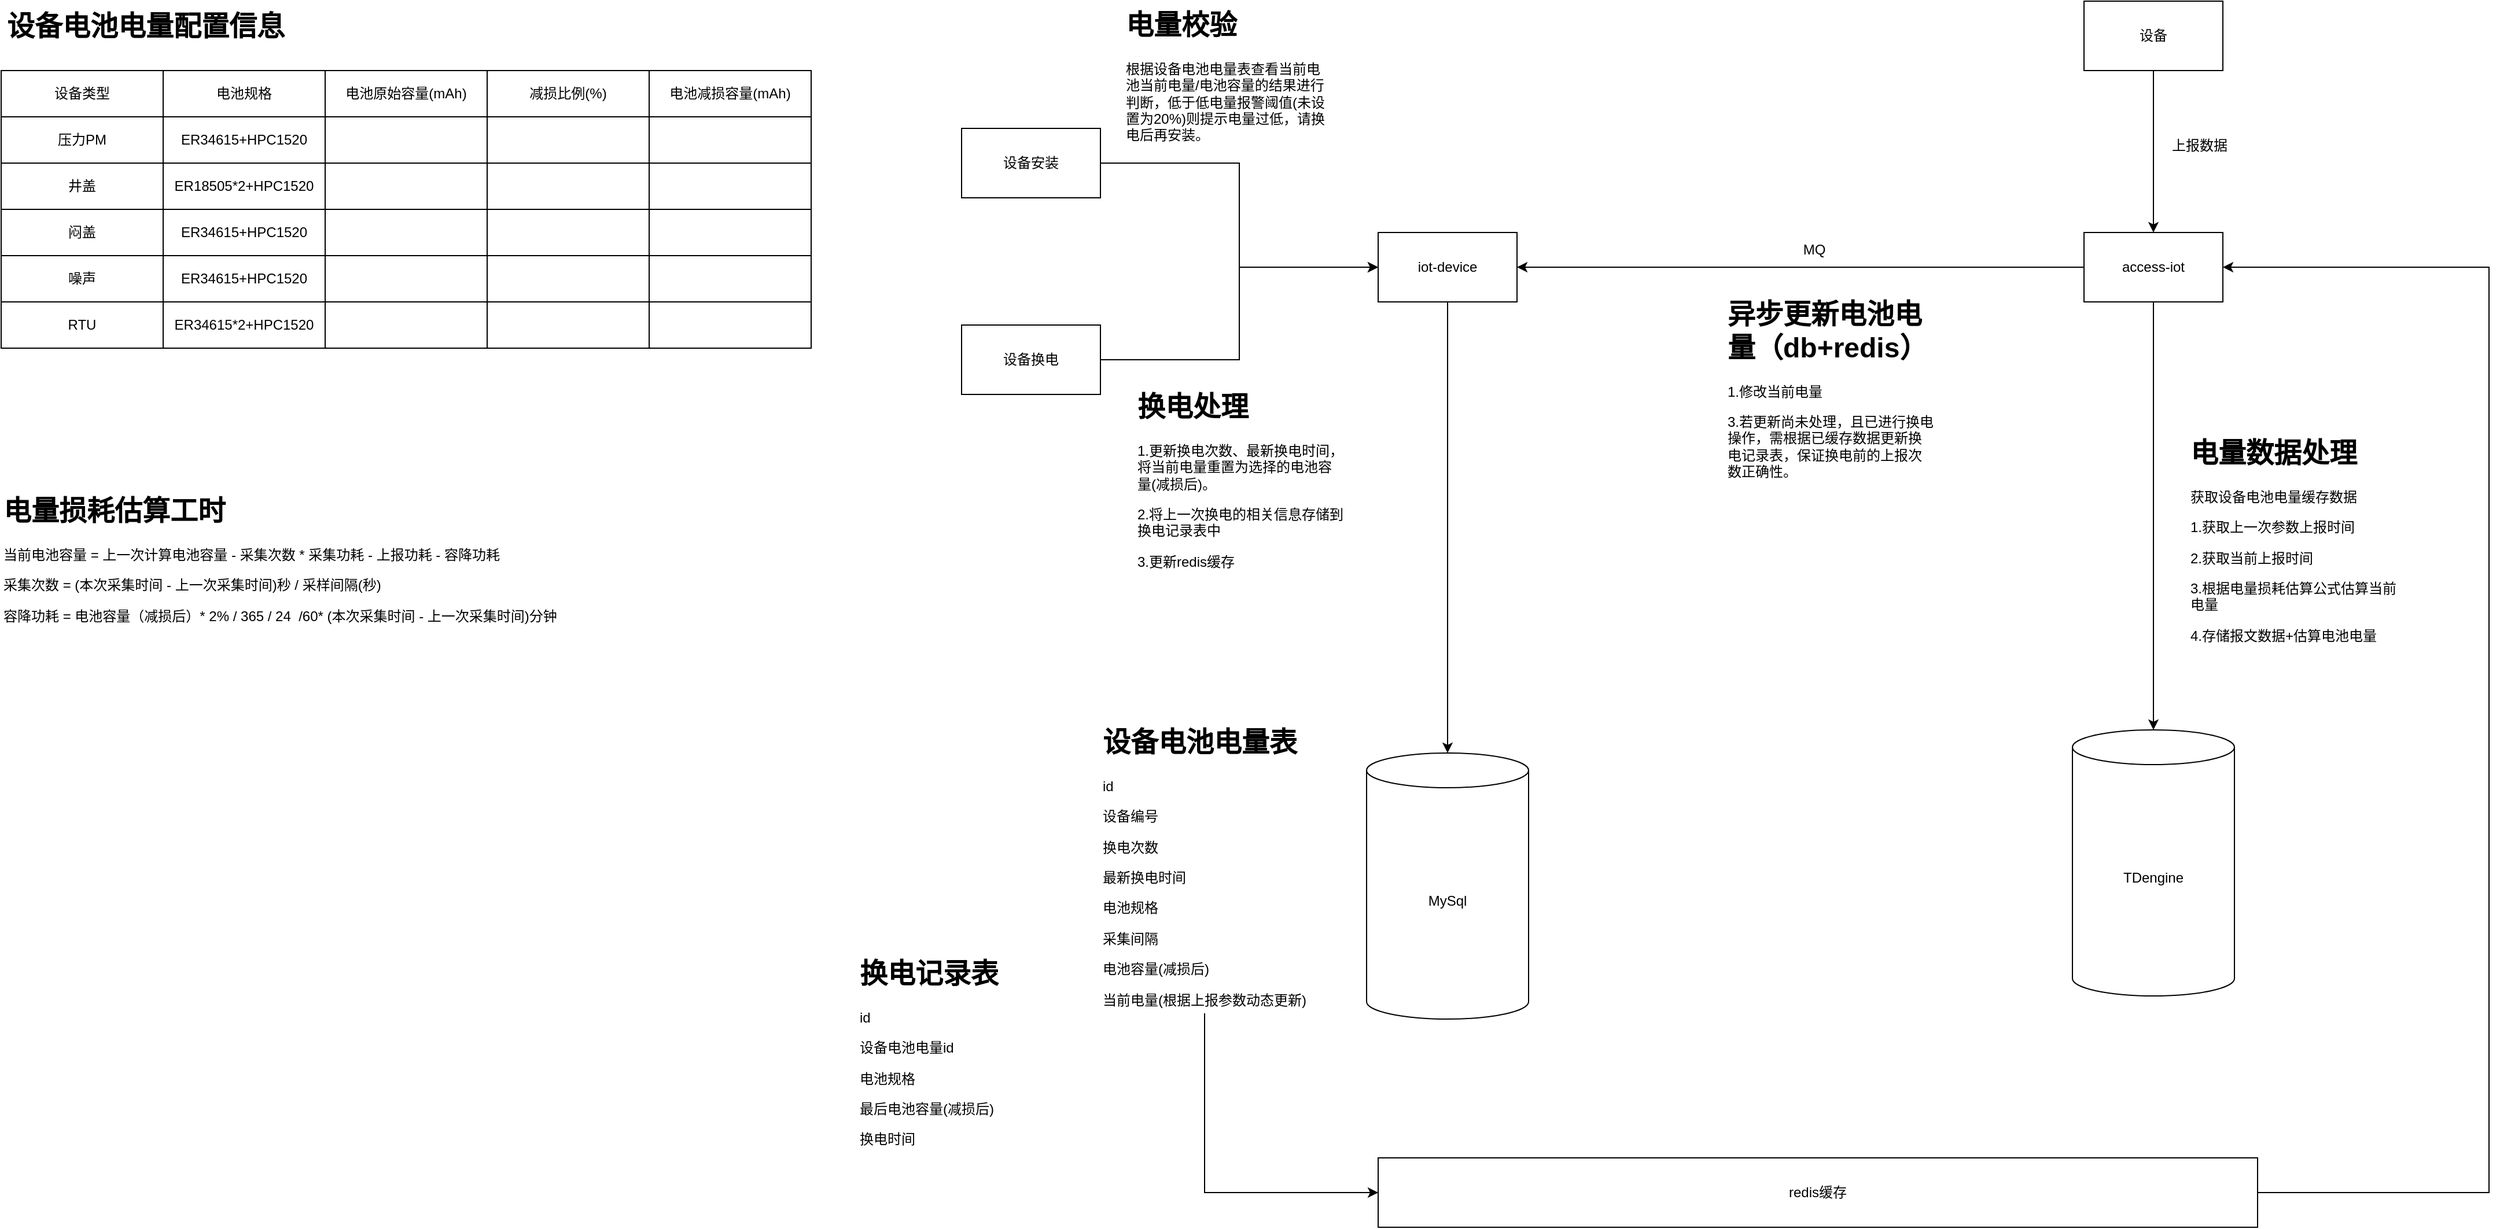
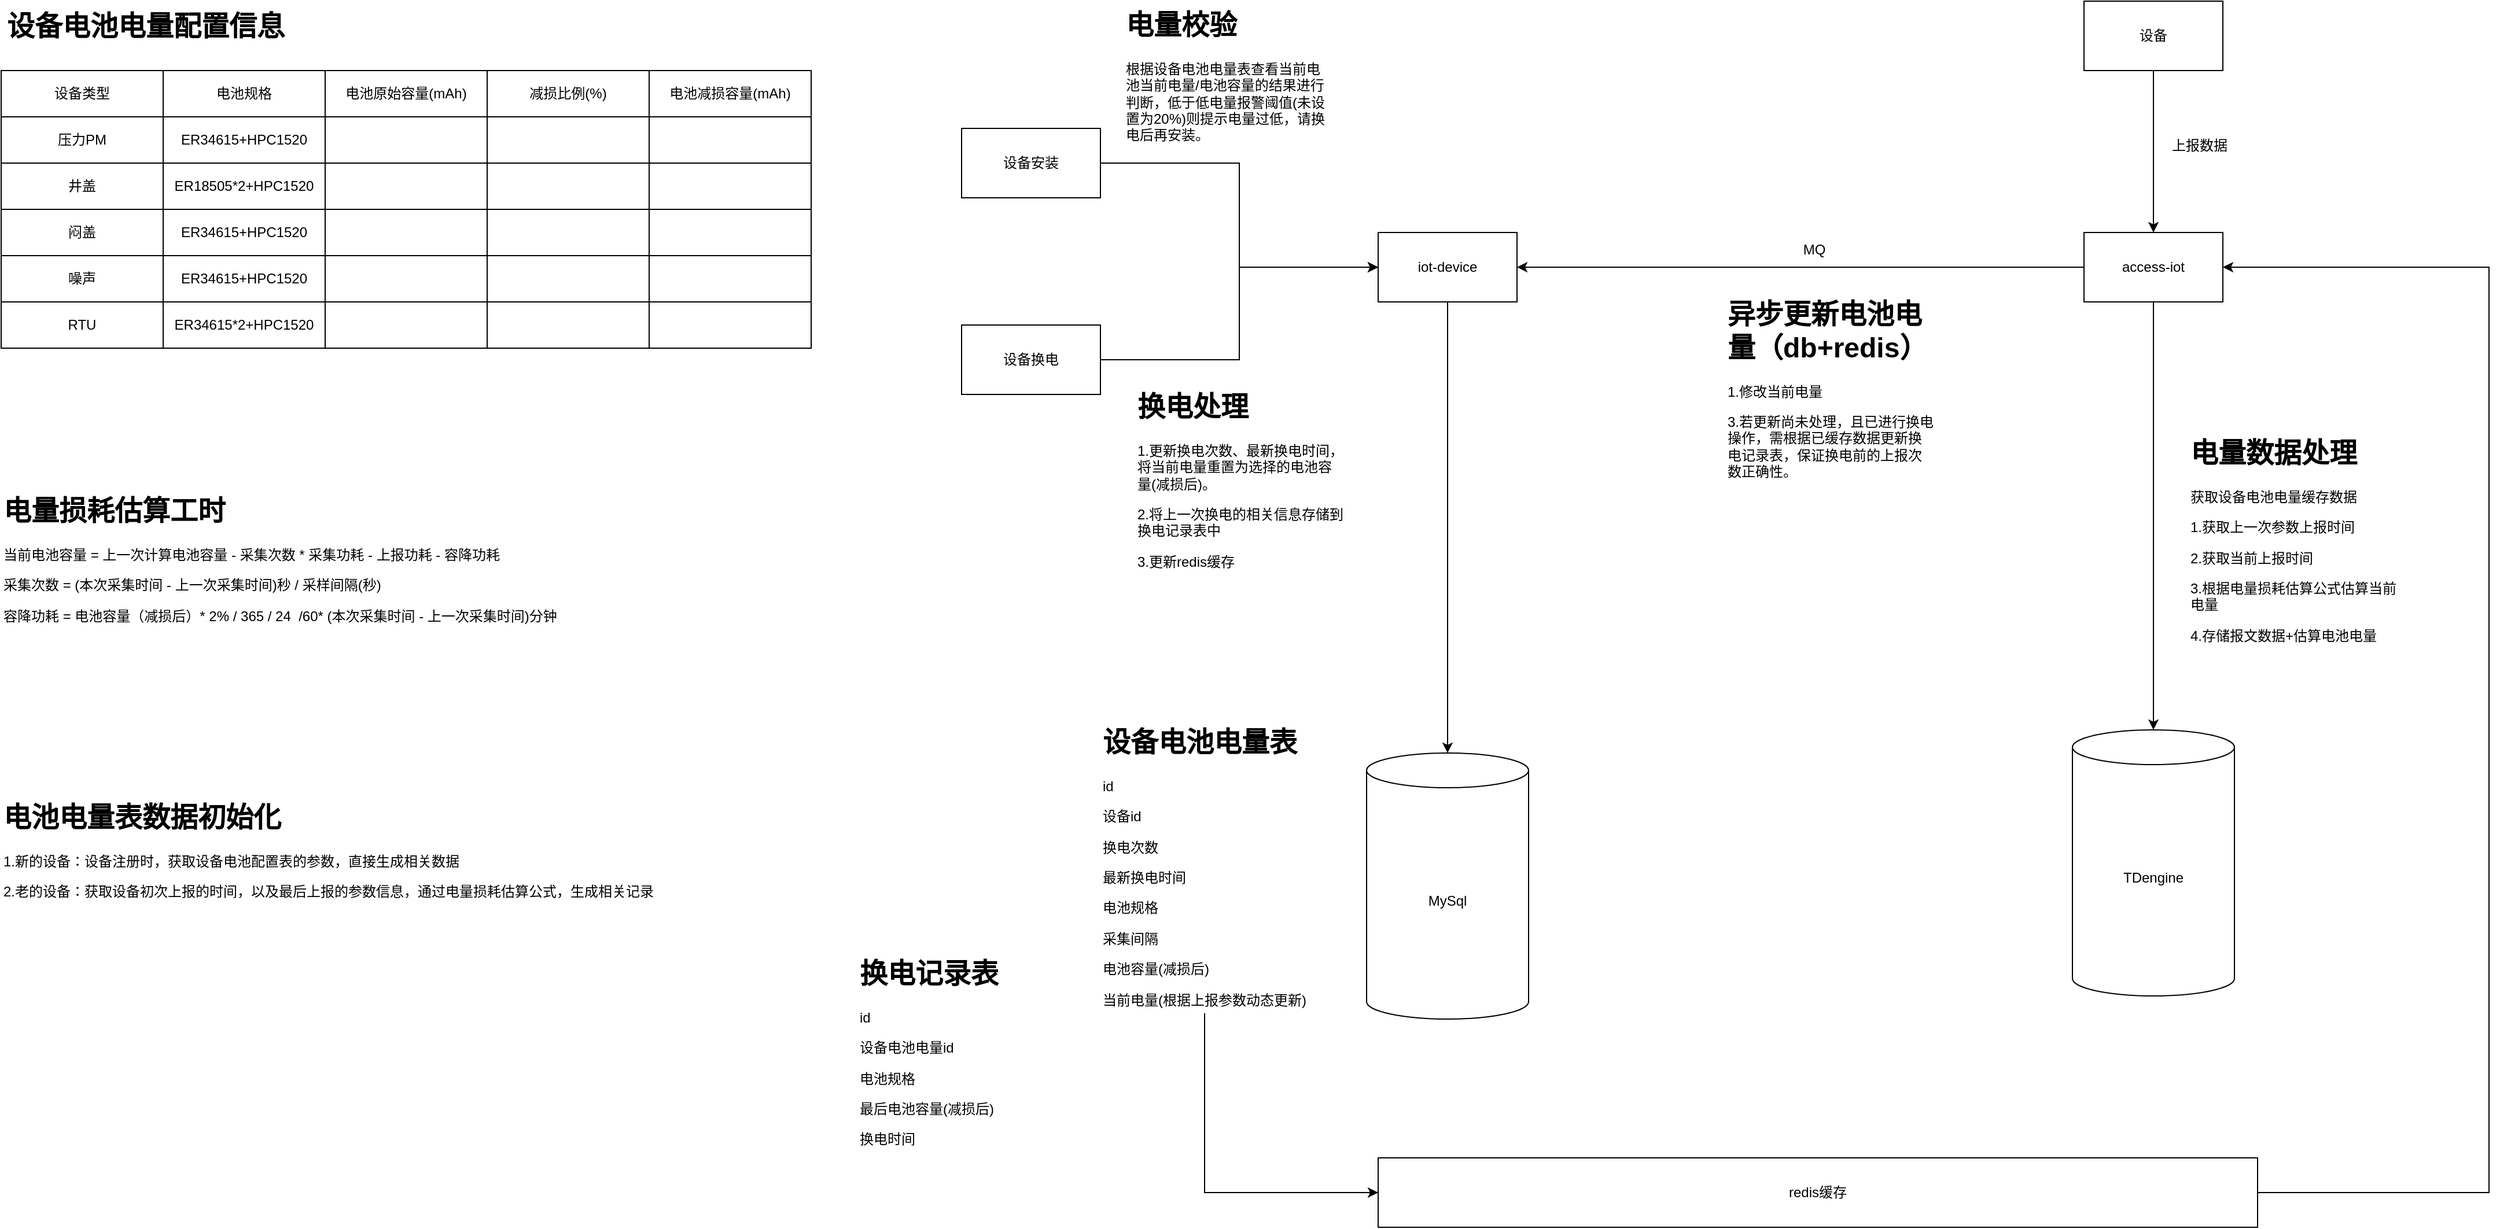
<mxfile host="app.diagrams.net">
  <diagram name="第 1 页" id="CJTt0Y1e_nSTC3EHAazc">
    <mxGraphModel dx="2046" dy="1106" grid="1" gridSize="10" guides="1" tooltips="1" connect="1" arrows="1" fold="1" page="1" pageScale="1" pageWidth="827" pageHeight="1169" math="0" shadow="0">
      <root>
        <mxCell id="0" />
        <mxCell id="1" parent="0" />
        <mxCell id="PJUP-OBpyC3OTBr9TddZ-1" edge="1" parent="1" source="PJUP-OBpyC3OTBr9TddZ-2" style="edgeStyle=orthogonalEdgeStyle;rounded=0;orthogonalLoop=1;jettySize=auto;html=1;exitX=0.5;exitY=1;exitDx=0;exitDy=0;" target="PJUP-OBpyC3OTBr9TddZ-6">
          <mxGeometry relative="1" as="geometry" />
        </mxCell>
        <mxCell id="PJUP-OBpyC3OTBr9TddZ-2" parent="1" style="rounded=0;whiteSpace=wrap;html=1;" value="iot-device" vertex="1">
          <mxGeometry height="60" width="120" x="1560" y="530" as="geometry" />
        </mxCell>
        <mxCell id="PJUP-OBpyC3OTBr9TddZ-3" edge="1" parent="1" source="PJUP-OBpyC3OTBr9TddZ-5" style="edgeStyle=orthogonalEdgeStyle;rounded=0;orthogonalLoop=1;jettySize=auto;html=1;exitX=0;exitY=0.5;exitDx=0;exitDy=0;entryX=1;entryY=0.5;entryDx=0;entryDy=0;" target="PJUP-OBpyC3OTBr9TddZ-2">
          <mxGeometry relative="1" as="geometry" />
        </mxCell>
        <mxCell id="PJUP-OBpyC3OTBr9TddZ-4" edge="1" parent="1" source="PJUP-OBpyC3OTBr9TddZ-5" style="edgeStyle=orthogonalEdgeStyle;rounded=0;orthogonalLoop=1;jettySize=auto;html=1;exitX=0.5;exitY=1;exitDx=0;exitDy=0;" target="PJUP-OBpyC3OTBr9TddZ-7">
          <mxGeometry relative="1" as="geometry" />
        </mxCell>
        <mxCell id="PJUP-OBpyC3OTBr9TddZ-5" parent="1" style="rounded=0;whiteSpace=wrap;html=1;" value="access-iot" vertex="1">
          <mxGeometry height="60" width="120" x="2170" y="530" as="geometry" />
        </mxCell>
        <mxCell id="PJUP-OBpyC3OTBr9TddZ-6" parent="1" style="shape=cylinder3;whiteSpace=wrap;html=1;boundedLbl=1;backgroundOutline=1;size=15;" value="MySql" vertex="1">
          <mxGeometry height="230" width="140" x="1550" y="980" as="geometry" />
        </mxCell>
        <mxCell id="PJUP-OBpyC3OTBr9TddZ-7" parent="1" style="shape=cylinder3;whiteSpace=wrap;html=1;boundedLbl=1;backgroundOutline=1;size=15;" value="TDengine" vertex="1">
          <mxGeometry height="230" width="140" x="2160" y="960" as="geometry" />
        </mxCell>
        <mxCell id="PJUP-OBpyC3OTBr9TddZ-8" parent="1" style="text;html=1;whiteSpace=wrap;strokeColor=none;fillColor=none;align=center;verticalAlign=middle;rounded=0;" value="MQ" vertex="1">
          <mxGeometry height="30" width="60" x="1907" y="530" as="geometry" />
        </mxCell>
        <mxCell id="PJUP-OBpyC3OTBr9TddZ-9" edge="1" parent="1" source="PJUP-OBpyC3OTBr9TddZ-10" style="edgeStyle=orthogonalEdgeStyle;rounded=0;orthogonalLoop=1;jettySize=auto;html=1;exitX=0.5;exitY=1;exitDx=0;exitDy=0;entryX=0;entryY=0.5;entryDx=0;entryDy=0;" target="PJUP-OBpyC3OTBr9TddZ-12">
          <mxGeometry relative="1" as="geometry" />
        </mxCell>
-         <mxCell id="PJUP-OBpyC3OTBr9TddZ-10" parent="1" style="text;html=1;whiteSpace=wrap;overflow=hidden;rounded=0;" value="&lt;h1 style=&quot;margin-top: 0px;&quot;&gt;设备电池电量表&lt;/h1&gt;&lt;p&gt;id&lt;/p&gt;&lt;p&gt;设备编号&lt;/p&gt;&lt;p&gt;换电次数&lt;/p&gt;&lt;p&gt;最新换电时间&lt;/p&gt;&lt;p&gt;电池规格&lt;/p&gt;&lt;p&gt;采集间隔&lt;/p&gt;&lt;p&gt;电池容量(减损后)&lt;/p&gt;&lt;p&gt;当前电量(&lt;span style=&quot;background-color: transparent; color: light-dark(rgb(0, 0, 0), rgb(255, 255, 255));&quot;&gt;根据上报参数动态更新&lt;/span&gt;&lt;span style=&quot;background-color: transparent; color: light-dark(rgb(0, 0, 0), rgb(255, 255, 255));&quot;&gt;)&lt;/span&gt;&lt;/p&gt;" vertex="1">
+         <mxCell id="PJUP-OBpyC3OTBr9TddZ-10" parent="1" style="text;html=1;whiteSpace=wrap;overflow=hidden;rounded=0;" value="&lt;h1 style=&quot;margin-top: 0px;&quot;&gt;设备电池电量表&lt;/h1&gt;&lt;p&gt;id&lt;/p&gt;&lt;p&gt;设备id&lt;/p&gt;&lt;p&gt;换电次数&lt;/p&gt;&lt;p&gt;最新换电时间&lt;/p&gt;&lt;p&gt;电池规格&lt;/p&gt;&lt;p&gt;采集间隔&lt;/p&gt;&lt;p&gt;电池容量(减损后)&lt;/p&gt;&lt;p&gt;当前电量(&lt;span style=&quot;background-color: transparent; color: light-dark(rgb(0, 0, 0), rgb(255, 255, 255));&quot;&gt;根据上报参数动态更新&lt;/span&gt;&lt;span style=&quot;background-color: transparent; color: light-dark(rgb(0, 0, 0), rgb(255, 255, 255));&quot;&gt;)&lt;/span&gt;&lt;/p&gt;" vertex="1">
          <mxGeometry height="255" width="180" x="1320" y="950" as="geometry" />
        </mxCell>
        <mxCell id="PJUP-OBpyC3OTBr9TddZ-11" edge="1" parent="1" source="PJUP-OBpyC3OTBr9TddZ-12" style="edgeStyle=orthogonalEdgeStyle;rounded=0;orthogonalLoop=1;jettySize=auto;html=1;exitX=1;exitY=0.5;exitDx=0;exitDy=0;entryX=1;entryY=0.5;entryDx=0;entryDy=0;" target="PJUP-OBpyC3OTBr9TddZ-5">
          <mxGeometry relative="1" as="geometry">
            <Array as="points">
              <mxPoint x="2520" y="1360" />
              <mxPoint x="2520" y="560" />
            </Array>
          </mxGeometry>
        </mxCell>
        <mxCell id="PJUP-OBpyC3OTBr9TddZ-12" parent="1" style="rounded=0;whiteSpace=wrap;html=1;" value="redis缓存" vertex="1">
          <mxGeometry height="60" width="760" x="1560" y="1330" as="geometry" />
        </mxCell>
        <mxCell id="PJUP-OBpyC3OTBr9TddZ-13" edge="1" parent="1" source="PJUP-OBpyC3OTBr9TddZ-14" style="edgeStyle=orthogonalEdgeStyle;rounded=0;orthogonalLoop=1;jettySize=auto;html=1;exitX=0.5;exitY=1;exitDx=0;exitDy=0;entryX=0.5;entryY=0;entryDx=0;entryDy=0;" target="PJUP-OBpyC3OTBr9TddZ-5">
          <mxGeometry relative="1" as="geometry" />
        </mxCell>
        <mxCell id="PJUP-OBpyC3OTBr9TddZ-14" parent="1" style="rounded=0;whiteSpace=wrap;html=1;" value="设备" vertex="1">
          <mxGeometry height="60" width="120" x="2170" y="330" as="geometry" />
        </mxCell>
        <mxCell id="PJUP-OBpyC3OTBr9TddZ-15" parent="1" style="text;html=1;whiteSpace=wrap;strokeColor=none;fillColor=none;align=center;verticalAlign=middle;rounded=0;" value="上报数据" vertex="1">
          <mxGeometry height="30" width="60" x="2240" y="440" as="geometry" />
        </mxCell>
        <mxCell id="PJUP-OBpyC3OTBr9TddZ-16" parent="1" style="text;html=1;whiteSpace=wrap;overflow=hidden;rounded=0;" value="&lt;h1 style=&quot;margin-top: 0px;&quot;&gt;电量数据处理&lt;/h1&gt;&lt;p&gt;获取设备电池电量缓存数据&lt;/p&gt;&lt;p&gt;1.获取上一次参数上报时间&lt;/p&gt;&lt;p&gt;2.获取当前上报时间&lt;/p&gt;&lt;p&gt;3.根据电量损耗估算公式估算当前电量&lt;/p&gt;&lt;p&gt;4.存储报文数据+估算电池电量&lt;/p&gt;&lt;p&gt;&lt;br&gt;&lt;/p&gt;&lt;p&gt;&lt;br&gt;&lt;/p&gt;" vertex="1">
          <mxGeometry height="250" width="180" x="2260" y="700" as="geometry" />
        </mxCell>
        <mxCell id="PJUP-OBpyC3OTBr9TddZ-17" edge="1" parent="1" source="PJUP-OBpyC3OTBr9TddZ-18" style="edgeStyle=orthogonalEdgeStyle;rounded=0;orthogonalLoop=1;jettySize=auto;html=1;exitX=1;exitY=0.5;exitDx=0;exitDy=0;entryX=0;entryY=0.5;entryDx=0;entryDy=0;" target="PJUP-OBpyC3OTBr9TddZ-2">
          <mxGeometry relative="1" as="geometry" />
        </mxCell>
        <mxCell id="PJUP-OBpyC3OTBr9TddZ-18" parent="1" style="rounded=0;whiteSpace=wrap;html=1;" value="设备安装" vertex="1">
          <mxGeometry height="60" width="120" x="1200" y="440" as="geometry" />
        </mxCell>
        <mxCell id="PJUP-OBpyC3OTBr9TddZ-19" edge="1" parent="1" source="PJUP-OBpyC3OTBr9TddZ-20" style="edgeStyle=orthogonalEdgeStyle;rounded=0;orthogonalLoop=1;jettySize=auto;html=1;exitX=1;exitY=0.5;exitDx=0;exitDy=0;entryX=0;entryY=0.5;entryDx=0;entryDy=0;" target="PJUP-OBpyC3OTBr9TddZ-2">
          <mxGeometry relative="1" as="geometry" />
        </mxCell>
        <mxCell id="PJUP-OBpyC3OTBr9TddZ-20" parent="1" style="rounded=0;whiteSpace=wrap;html=1;" value="设备换电" vertex="1">
          <mxGeometry height="60" width="120" x="1200" y="610" as="geometry" />
        </mxCell>
        <mxCell id="PJUP-OBpyC3OTBr9TddZ-21" parent="1" style="text;html=1;whiteSpace=wrap;overflow=hidden;rounded=0;" value="&lt;h1 style=&quot;margin-top: 0px;&quot;&gt;电量校验&lt;/h1&gt;&lt;p&gt;根据设备电池电量表查看当前电池当前电量/电池容量的结果进行判断，低于低电量报警阈值&lt;span style=&quot;background-color: transparent; color: light-dark(rgb(0, 0, 0), rgb(255, 255, 255));&quot;&gt;(未设置为20%)&lt;/span&gt;&lt;span style=&quot;background-color: transparent; color: light-dark(rgb(0, 0, 0), rgb(255, 255, 255));&quot;&gt;则提示电量过低，请换电后再安装。&lt;/span&gt;&lt;/p&gt;" vertex="1">
          <mxGeometry height="150" width="180" x="1340" y="330" as="geometry" />
        </mxCell>
        <mxCell id="PJUP-OBpyC3OTBr9TddZ-22" parent="1" style="text;html=1;whiteSpace=wrap;overflow=hidden;rounded=0;" value="&lt;h1 style=&quot;margin-top: 0px;&quot;&gt;换电处理&lt;/h1&gt;&lt;p&gt;1.更新换电次数、最新换电时间，将当前电量重置为选择的电池容量(减损后)。&lt;/p&gt;&lt;p&gt;2.将上一次换电的相关信息存储到换电记录表中&lt;/p&gt;&lt;p&gt;3.更新redis缓存&lt;/p&gt;" vertex="1">
          <mxGeometry height="180" width="180" x="1350" y="660" as="geometry" />
        </mxCell>
        <mxCell id="PJUP-OBpyC3OTBr9TddZ-23" parent="1" style="text;html=1;whiteSpace=wrap;overflow=hidden;rounded=0;" value="&lt;h1 style=&quot;margin-top: 0px;&quot;&gt;换电记录表&lt;/h1&gt;&lt;p&gt;id&lt;/p&gt;&lt;p&gt;设备电池电量id&lt;/p&gt;&lt;p&gt;电池规格&lt;/p&gt;&lt;p&gt;最后电池容量(减损后)&lt;/p&gt;&lt;p&gt;换电时间&lt;/p&gt;" vertex="1">
          <mxGeometry height="210" width="180" x="1110" y="1150" as="geometry" />
        </mxCell>
        <mxCell id="PJUP-OBpyC3OTBr9TddZ-24" parent="1" style="text;html=1;whiteSpace=wrap;overflow=hidden;rounded=0;" value="&lt;h1 style=&quot;margin-top: 0px;&quot;&gt;异步更新电池电量（db+redis）&lt;/h1&gt;&lt;p&gt;1.修改当前电量&lt;/p&gt;&lt;p&gt;3.若更新尚未处理，且已进行换电操作，需根据已缓存数据更新换电记录表，保证换电前的上报次数正确性。&lt;/p&gt;&lt;p&gt;&lt;br&gt;&lt;/p&gt;" vertex="1">
          <mxGeometry height="310" width="180" x="1860" y="580" as="geometry" />
        </mxCell>
        <mxCell id="PJUP-OBpyC3OTBr9TddZ-25" parent="1" style="shape=table;startSize=0;container=1;collapsible=0;childLayout=tableLayout;fixedHeader=1;" value="" vertex="1">
          <mxGeometry height="240" width="700" x="370" y="390" as="geometry" />
        </mxCell>
        <mxCell id="PJUP-OBpyC3OTBr9TddZ-26" parent="PJUP-OBpyC3OTBr9TddZ-25" style="shape=tableRow;horizontal=0;startSize=0;swimlaneHead=0;swimlaneBody=0;strokeColor=inherit;top=0;left=0;bottom=0;right=0;collapsible=0;dropTarget=0;fillColor=none;points=[[0,0.5],[1,0.5]];portConstraint=eastwest;fixedHeader=1;" value="" vertex="1">
          <mxGeometry height="40" width="700" as="geometry" />
        </mxCell>
        <mxCell id="PJUP-OBpyC3OTBr9TddZ-27" parent="PJUP-OBpyC3OTBr9TddZ-26" style="shape=partialRectangle;html=1;whiteSpace=wrap;connectable=0;strokeColor=inherit;overflow=hidden;fillColor=none;top=0;left=0;bottom=0;right=0;pointerEvents=1;" value="设备类型" vertex="1">
          <mxGeometry height="40" width="140" as="geometry">
            <mxRectangle height="40" width="140" as="alternateBounds" />
          </mxGeometry>
        </mxCell>
        <mxCell id="PJUP-OBpyC3OTBr9TddZ-28" parent="PJUP-OBpyC3OTBr9TddZ-26" style="shape=partialRectangle;html=1;whiteSpace=wrap;connectable=0;strokeColor=inherit;overflow=hidden;fillColor=none;top=0;left=0;bottom=0;right=0;pointerEvents=1;" value="电池规格" vertex="1">
          <mxGeometry height="40" width="140" x="140" as="geometry">
            <mxRectangle height="40" width="140" as="alternateBounds" />
          </mxGeometry>
        </mxCell>
        <mxCell id="PJUP-OBpyC3OTBr9TddZ-29" parent="PJUP-OBpyC3OTBr9TddZ-26" style="shape=partialRectangle;html=1;whiteSpace=wrap;connectable=0;strokeColor=inherit;overflow=hidden;fillColor=none;top=0;left=0;bottom=0;right=0;pointerEvents=1;" value="电池原始容量(mAh)" vertex="1">
          <mxGeometry height="40" width="140" x="280" as="geometry">
            <mxRectangle height="40" width="140" as="alternateBounds" />
          </mxGeometry>
        </mxCell>
        <mxCell id="PJUP-OBpyC3OTBr9TddZ-50" parent="PJUP-OBpyC3OTBr9TddZ-26" style="shape=partialRectangle;html=1;whiteSpace=wrap;connectable=0;strokeColor=inherit;overflow=hidden;fillColor=none;top=0;left=0;bottom=0;right=0;pointerEvents=1;" value="减损比例(%)" vertex="1">
          <mxGeometry height="40" width="140" x="420" as="geometry">
            <mxRectangle height="40" width="140" as="alternateBounds" />
          </mxGeometry>
        </mxCell>
        <mxCell id="PJUP-OBpyC3OTBr9TddZ-56" parent="PJUP-OBpyC3OTBr9TddZ-26" style="shape=partialRectangle;html=1;whiteSpace=wrap;connectable=0;strokeColor=inherit;overflow=hidden;fillColor=none;top=0;left=0;bottom=0;right=0;pointerEvents=1;" value="电池减损容量(mAh)" vertex="1">
          <mxGeometry height="40" width="140" x="560" as="geometry">
            <mxRectangle height="40" width="140" as="alternateBounds" />
          </mxGeometry>
        </mxCell>
        <mxCell id="PJUP-OBpyC3OTBr9TddZ-30" parent="PJUP-OBpyC3OTBr9TddZ-25" style="shape=tableRow;horizontal=0;startSize=0;swimlaneHead=0;swimlaneBody=0;strokeColor=inherit;top=0;left=0;bottom=0;right=0;collapsible=0;dropTarget=0;fillColor=none;points=[[0,0.5],[1,0.5]];portConstraint=eastwest;fixedHeader=1;" value="" vertex="1">
          <mxGeometry height="40" width="700" y="40" as="geometry" />
        </mxCell>
        <mxCell id="PJUP-OBpyC3OTBr9TddZ-31" parent="PJUP-OBpyC3OTBr9TddZ-30" style="shape=partialRectangle;html=1;whiteSpace=wrap;connectable=0;strokeColor=inherit;overflow=hidden;fillColor=none;top=0;left=0;bottom=0;right=0;pointerEvents=1;" value="压力PM" vertex="1">
          <mxGeometry height="40" width="140" as="geometry">
            <mxRectangle height="40" width="140" as="alternateBounds" />
          </mxGeometry>
        </mxCell>
        <mxCell id="PJUP-OBpyC3OTBr9TddZ-32" parent="PJUP-OBpyC3OTBr9TddZ-30" style="shape=partialRectangle;html=1;whiteSpace=wrap;connectable=0;strokeColor=inherit;overflow=hidden;fillColor=none;top=0;left=0;bottom=0;right=0;pointerEvents=1;" value="ER34615+HPC1520" vertex="1">
          <mxGeometry height="40" width="140" x="140" as="geometry">
            <mxRectangle height="40" width="140" as="alternateBounds" />
          </mxGeometry>
        </mxCell>
        <mxCell id="PJUP-OBpyC3OTBr9TddZ-33" parent="PJUP-OBpyC3OTBr9TddZ-30" style="shape=partialRectangle;html=1;whiteSpace=wrap;connectable=0;strokeColor=inherit;overflow=hidden;fillColor=none;top=0;left=0;bottom=0;right=0;pointerEvents=1;" value="" vertex="1">
          <mxGeometry height="40" width="140" x="280" as="geometry">
            <mxRectangle height="40" width="140" as="alternateBounds" />
          </mxGeometry>
        </mxCell>
        <mxCell id="PJUP-OBpyC3OTBr9TddZ-51" parent="PJUP-OBpyC3OTBr9TddZ-30" style="shape=partialRectangle;html=1;whiteSpace=wrap;connectable=0;strokeColor=inherit;overflow=hidden;fillColor=none;top=0;left=0;bottom=0;right=0;pointerEvents=1;" vertex="1">
          <mxGeometry height="40" width="140" x="420" as="geometry">
            <mxRectangle height="40" width="140" as="alternateBounds" />
          </mxGeometry>
        </mxCell>
        <mxCell id="PJUP-OBpyC3OTBr9TddZ-57" parent="PJUP-OBpyC3OTBr9TddZ-30" style="shape=partialRectangle;html=1;whiteSpace=wrap;connectable=0;strokeColor=inherit;overflow=hidden;fillColor=none;top=0;left=0;bottom=0;right=0;pointerEvents=1;" vertex="1">
          <mxGeometry height="40" width="140" x="560" as="geometry">
            <mxRectangle height="40" width="140" as="alternateBounds" />
          </mxGeometry>
        </mxCell>
        <mxCell id="PJUP-OBpyC3OTBr9TddZ-34" parent="PJUP-OBpyC3OTBr9TddZ-25" style="shape=tableRow;horizontal=0;startSize=0;swimlaneHead=0;swimlaneBody=0;strokeColor=inherit;top=0;left=0;bottom=0;right=0;collapsible=0;dropTarget=0;fillColor=none;points=[[0,0.5],[1,0.5]];portConstraint=eastwest;fixedHeader=1;" value="" vertex="1">
          <mxGeometry height="40" width="700" y="80" as="geometry" />
        </mxCell>
        <mxCell id="PJUP-OBpyC3OTBr9TddZ-35" parent="PJUP-OBpyC3OTBr9TddZ-34" style="shape=partialRectangle;html=1;whiteSpace=wrap;connectable=0;strokeColor=inherit;overflow=hidden;fillColor=none;top=0;left=0;bottom=0;right=0;pointerEvents=1;" value="井盖" vertex="1">
          <mxGeometry height="40" width="140" as="geometry">
            <mxRectangle height="40" width="140" as="alternateBounds" />
          </mxGeometry>
        </mxCell>
        <mxCell id="PJUP-OBpyC3OTBr9TddZ-36" parent="PJUP-OBpyC3OTBr9TddZ-34" style="shape=partialRectangle;html=1;whiteSpace=wrap;connectable=0;strokeColor=inherit;overflow=hidden;fillColor=none;top=0;left=0;bottom=0;right=0;pointerEvents=1;" value="ER18505*2+HPC1520" vertex="1">
          <mxGeometry height="40" width="140" x="140" as="geometry">
            <mxRectangle height="40" width="140" as="alternateBounds" />
          </mxGeometry>
        </mxCell>
        <mxCell id="PJUP-OBpyC3OTBr9TddZ-37" parent="PJUP-OBpyC3OTBr9TddZ-34" style="shape=partialRectangle;html=1;whiteSpace=wrap;connectable=0;strokeColor=inherit;overflow=hidden;fillColor=none;top=0;left=0;bottom=0;right=0;pointerEvents=1;" value="" vertex="1">
          <mxGeometry height="40" width="140" x="280" as="geometry">
            <mxRectangle height="40" width="140" as="alternateBounds" />
          </mxGeometry>
        </mxCell>
        <mxCell id="PJUP-OBpyC3OTBr9TddZ-52" parent="PJUP-OBpyC3OTBr9TddZ-34" style="shape=partialRectangle;html=1;whiteSpace=wrap;connectable=0;strokeColor=inherit;overflow=hidden;fillColor=none;top=0;left=0;bottom=0;right=0;pointerEvents=1;" vertex="1">
          <mxGeometry height="40" width="140" x="420" as="geometry">
            <mxRectangle height="40" width="140" as="alternateBounds" />
          </mxGeometry>
        </mxCell>
        <mxCell id="PJUP-OBpyC3OTBr9TddZ-58" parent="PJUP-OBpyC3OTBr9TddZ-34" style="shape=partialRectangle;html=1;whiteSpace=wrap;connectable=0;strokeColor=inherit;overflow=hidden;fillColor=none;top=0;left=0;bottom=0;right=0;pointerEvents=1;" vertex="1">
          <mxGeometry height="40" width="140" x="560" as="geometry">
            <mxRectangle height="40" width="140" as="alternateBounds" />
          </mxGeometry>
        </mxCell>
        <mxCell id="PJUP-OBpyC3OTBr9TddZ-38" parent="PJUP-OBpyC3OTBr9TddZ-25" style="shape=tableRow;horizontal=0;startSize=0;swimlaneHead=0;swimlaneBody=0;strokeColor=inherit;top=0;left=0;bottom=0;right=0;collapsible=0;dropTarget=0;fillColor=none;points=[[0,0.5],[1,0.5]];portConstraint=eastwest;fixedHeader=1;" value="" vertex="1">
          <mxGeometry height="40" width="700" y="120" as="geometry" />
        </mxCell>
        <mxCell id="PJUP-OBpyC3OTBr9TddZ-39" parent="PJUP-OBpyC3OTBr9TddZ-38" style="shape=partialRectangle;html=1;whiteSpace=wrap;connectable=0;strokeColor=inherit;overflow=hidden;fillColor=none;top=0;left=0;bottom=0;right=0;pointerEvents=1;" value="闷盖" vertex="1">
          <mxGeometry height="40" width="140" as="geometry">
            <mxRectangle height="40" width="140" as="alternateBounds" />
          </mxGeometry>
        </mxCell>
        <mxCell id="PJUP-OBpyC3OTBr9TddZ-40" parent="PJUP-OBpyC3OTBr9TddZ-38" style="shape=partialRectangle;html=1;whiteSpace=wrap;connectable=0;strokeColor=inherit;overflow=hidden;fillColor=none;top=0;left=0;bottom=0;right=0;pointerEvents=1;" value="ER34615+HPC1520" vertex="1">
          <mxGeometry height="40" width="140" x="140" as="geometry">
            <mxRectangle height="40" width="140" as="alternateBounds" />
          </mxGeometry>
        </mxCell>
        <mxCell id="PJUP-OBpyC3OTBr9TddZ-41" parent="PJUP-OBpyC3OTBr9TddZ-38" style="shape=partialRectangle;html=1;whiteSpace=wrap;connectable=0;strokeColor=inherit;overflow=hidden;fillColor=none;top=0;left=0;bottom=0;right=0;pointerEvents=1;" value="" vertex="1">
          <mxGeometry height="40" width="140" x="280" as="geometry">
            <mxRectangle height="40" width="140" as="alternateBounds" />
          </mxGeometry>
        </mxCell>
        <mxCell id="PJUP-OBpyC3OTBr9TddZ-53" parent="PJUP-OBpyC3OTBr9TddZ-38" style="shape=partialRectangle;html=1;whiteSpace=wrap;connectable=0;strokeColor=inherit;overflow=hidden;fillColor=none;top=0;left=0;bottom=0;right=0;pointerEvents=1;" vertex="1">
          <mxGeometry height="40" width="140" x="420" as="geometry">
            <mxRectangle height="40" width="140" as="alternateBounds" />
          </mxGeometry>
        </mxCell>
        <mxCell id="PJUP-OBpyC3OTBr9TddZ-59" parent="PJUP-OBpyC3OTBr9TddZ-38" style="shape=partialRectangle;html=1;whiteSpace=wrap;connectable=0;strokeColor=inherit;overflow=hidden;fillColor=none;top=0;left=0;bottom=0;right=0;pointerEvents=1;" vertex="1">
          <mxGeometry height="40" width="140" x="560" as="geometry">
            <mxRectangle height="40" width="140" as="alternateBounds" />
          </mxGeometry>
        </mxCell>
        <mxCell id="PJUP-OBpyC3OTBr9TddZ-42" parent="PJUP-OBpyC3OTBr9TddZ-25" style="shape=tableRow;horizontal=0;startSize=0;swimlaneHead=0;swimlaneBody=0;strokeColor=inherit;top=0;left=0;bottom=0;right=0;collapsible=0;dropTarget=0;fillColor=none;points=[[0,0.5],[1,0.5]];portConstraint=eastwest;fixedHeader=1;" value="" vertex="1">
          <mxGeometry height="40" width="700" y="160" as="geometry" />
        </mxCell>
        <mxCell id="PJUP-OBpyC3OTBr9TddZ-43" parent="PJUP-OBpyC3OTBr9TddZ-42" style="shape=partialRectangle;html=1;whiteSpace=wrap;connectable=0;strokeColor=inherit;overflow=hidden;fillColor=none;top=0;left=0;bottom=0;right=0;pointerEvents=1;" value="噪声" vertex="1">
          <mxGeometry height="40" width="140" as="geometry">
            <mxRectangle height="40" width="140" as="alternateBounds" />
          </mxGeometry>
        </mxCell>
        <mxCell id="PJUP-OBpyC3OTBr9TddZ-44" parent="PJUP-OBpyC3OTBr9TddZ-42" style="shape=partialRectangle;html=1;whiteSpace=wrap;connectable=0;strokeColor=inherit;overflow=hidden;fillColor=none;top=0;left=0;bottom=0;right=0;pointerEvents=1;" value="ER34615+HPC1520" vertex="1">
          <mxGeometry height="40" width="140" x="140" as="geometry">
            <mxRectangle height="40" width="140" as="alternateBounds" />
          </mxGeometry>
        </mxCell>
        <mxCell id="PJUP-OBpyC3OTBr9TddZ-45" parent="PJUP-OBpyC3OTBr9TddZ-42" style="shape=partialRectangle;html=1;whiteSpace=wrap;connectable=0;strokeColor=inherit;overflow=hidden;fillColor=none;top=0;left=0;bottom=0;right=0;pointerEvents=1;" value="" vertex="1">
          <mxGeometry height="40" width="140" x="280" as="geometry">
            <mxRectangle height="40" width="140" as="alternateBounds" />
          </mxGeometry>
        </mxCell>
        <mxCell id="PJUP-OBpyC3OTBr9TddZ-54" parent="PJUP-OBpyC3OTBr9TddZ-42" style="shape=partialRectangle;html=1;whiteSpace=wrap;connectable=0;strokeColor=inherit;overflow=hidden;fillColor=none;top=0;left=0;bottom=0;right=0;pointerEvents=1;" vertex="1">
          <mxGeometry height="40" width="140" x="420" as="geometry">
            <mxRectangle height="40" width="140" as="alternateBounds" />
          </mxGeometry>
        </mxCell>
        <mxCell id="PJUP-OBpyC3OTBr9TddZ-60" parent="PJUP-OBpyC3OTBr9TddZ-42" style="shape=partialRectangle;html=1;whiteSpace=wrap;connectable=0;strokeColor=inherit;overflow=hidden;fillColor=none;top=0;left=0;bottom=0;right=0;pointerEvents=1;" vertex="1">
          <mxGeometry height="40" width="140" x="560" as="geometry">
            <mxRectangle height="40" width="140" as="alternateBounds" />
          </mxGeometry>
        </mxCell>
        <mxCell id="PJUP-OBpyC3OTBr9TddZ-46" parent="PJUP-OBpyC3OTBr9TddZ-25" style="shape=tableRow;horizontal=0;startSize=0;swimlaneHead=0;swimlaneBody=0;strokeColor=inherit;top=0;left=0;bottom=0;right=0;collapsible=0;dropTarget=0;fillColor=none;points=[[0,0.5],[1,0.5]];portConstraint=eastwest;fixedHeader=1;" vertex="1">
          <mxGeometry height="40" width="700" y="200" as="geometry" />
        </mxCell>
        <mxCell id="PJUP-OBpyC3OTBr9TddZ-47" parent="PJUP-OBpyC3OTBr9TddZ-46" style="shape=partialRectangle;html=1;whiteSpace=wrap;connectable=0;strokeColor=inherit;overflow=hidden;fillColor=none;top=0;left=0;bottom=0;right=0;pointerEvents=1;" value="RTU" vertex="1">
          <mxGeometry height="40" width="140" as="geometry">
            <mxRectangle height="40" width="140" as="alternateBounds" />
          </mxGeometry>
        </mxCell>
        <mxCell id="PJUP-OBpyC3OTBr9TddZ-48" parent="PJUP-OBpyC3OTBr9TddZ-46" style="shape=partialRectangle;html=1;whiteSpace=wrap;connectable=0;strokeColor=inherit;overflow=hidden;fillColor=none;top=0;left=0;bottom=0;right=0;pointerEvents=1;" value="ER34615*2+HPC1520" vertex="1">
          <mxGeometry height="40" width="140" x="140" as="geometry">
            <mxRectangle height="40" width="140" as="alternateBounds" />
          </mxGeometry>
        </mxCell>
        <mxCell id="PJUP-OBpyC3OTBr9TddZ-49" parent="PJUP-OBpyC3OTBr9TddZ-46" style="shape=partialRectangle;html=1;whiteSpace=wrap;connectable=0;strokeColor=inherit;overflow=hidden;fillColor=none;top=0;left=0;bottom=0;right=0;pointerEvents=1;" vertex="1">
          <mxGeometry height="40" width="140" x="280" as="geometry">
            <mxRectangle height="40" width="140" as="alternateBounds" />
          </mxGeometry>
        </mxCell>
        <mxCell id="PJUP-OBpyC3OTBr9TddZ-55" parent="PJUP-OBpyC3OTBr9TddZ-46" style="shape=partialRectangle;html=1;whiteSpace=wrap;connectable=0;strokeColor=inherit;overflow=hidden;fillColor=none;top=0;left=0;bottom=0;right=0;pointerEvents=1;" vertex="1">
          <mxGeometry height="40" width="140" x="420" as="geometry">
            <mxRectangle height="40" width="140" as="alternateBounds" />
          </mxGeometry>
        </mxCell>
        <mxCell id="PJUP-OBpyC3OTBr9TddZ-61" parent="PJUP-OBpyC3OTBr9TddZ-46" style="shape=partialRectangle;html=1;whiteSpace=wrap;connectable=0;strokeColor=inherit;overflow=hidden;fillColor=none;top=0;left=0;bottom=0;right=0;pointerEvents=1;" vertex="1">
          <mxGeometry height="40" width="140" x="560" as="geometry">
            <mxRectangle height="40" width="140" as="alternateBounds" />
          </mxGeometry>
        </mxCell>
        <mxCell id="PJUP-OBpyC3OTBr9TddZ-62" parent="1" style="text;html=1;whiteSpace=wrap;overflow=hidden;rounded=0;" value="&lt;h1 style=&quot;margin-top: 0px;&quot;&gt;电量损耗估算工时&lt;/h1&gt;&lt;p&gt;当前电池容量 = 上一次计算电池容量 - 采集次数 * 采集功耗 - 上报功耗 - 容降功耗&amp;nbsp;&lt;/p&gt;&lt;p&gt;采集次数 = (本次采集时间 - 上一次采集时间)秒 / 采样间隔(秒)&lt;/p&gt;&lt;p&gt;容降功耗 = 电池容量（减损后）* 2% / 365 / 24&amp;nbsp; /60* (本次采集时间 - 上一次采集时间)分钟&lt;/p&gt;&lt;p&gt;&lt;br&gt;&lt;/p&gt;" vertex="1">
          <mxGeometry height="250" width="760" x="370" y="750" as="geometry" />
        </mxCell>
        <mxCell id="PJUP-OBpyC3OTBr9TddZ-63" parent="1" style="text;html=1;whiteSpace=wrap;strokeColor=none;fillColor=none;align=center;verticalAlign=middle;rounded=0;" value="&lt;h1 style=&quot;text-align: left; margin-top: 0px;&quot;&gt;设备电池电量配置信息&lt;/h1&gt;" vertex="1">
          <mxGeometry height="30" width="250" x="370" y="345" as="geometry" />
        </mxCell>
+         <mxCell id="PJUP-OBpyC3OTBr9TddZ-64" parent="1" style="text;html=1;whiteSpace=wrap;overflow=hidden;rounded=0;" value="&lt;h1 style=&quot;margin-top: 0px;&quot;&gt;电池电量表数据初始化&lt;/h1&gt;&lt;p&gt;1.新的设备：设备注册时，获取设备电池配置表的参数，直接生成相关数据&lt;/p&gt;&lt;p&gt;2.老的设备：获取设备初次上报的时间，以及最后上报的参数信息，通过电量损耗估算公式，生成相关记录&lt;/p&gt;" vertex="1">
+           <mxGeometry height="165" width="610" x="370" y="1015" as="geometry" />
+         </mxCell>
      </root>
    </mxGraphModel>
  </diagram>
</mxfile>
